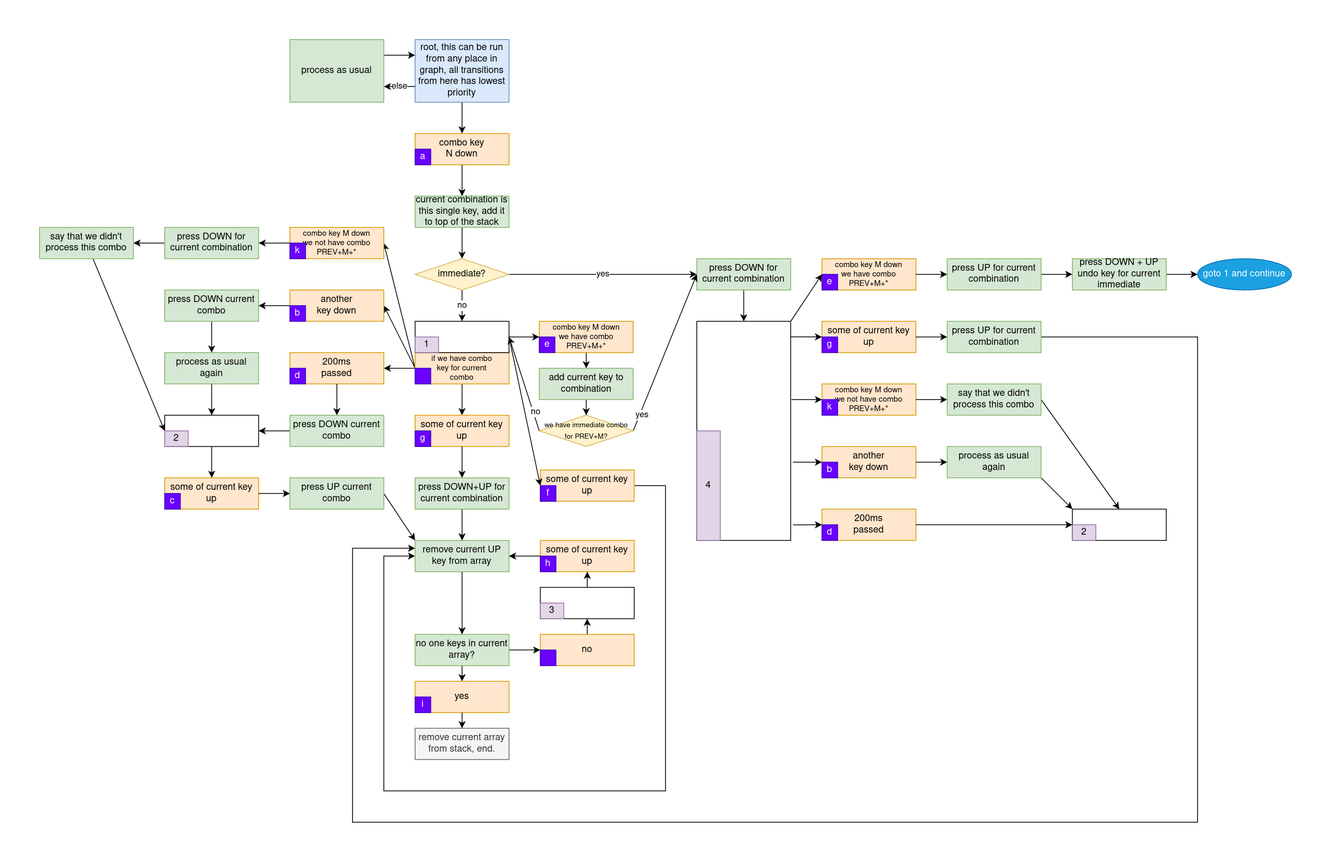
Earlier version of the draw.io export combo/dka.png (optozorax/moonlander). Source tidied: cells renumbered, new cells last; positions are measured from the earlier drawing's top-left corner, leaving out a move shared by most shapes.
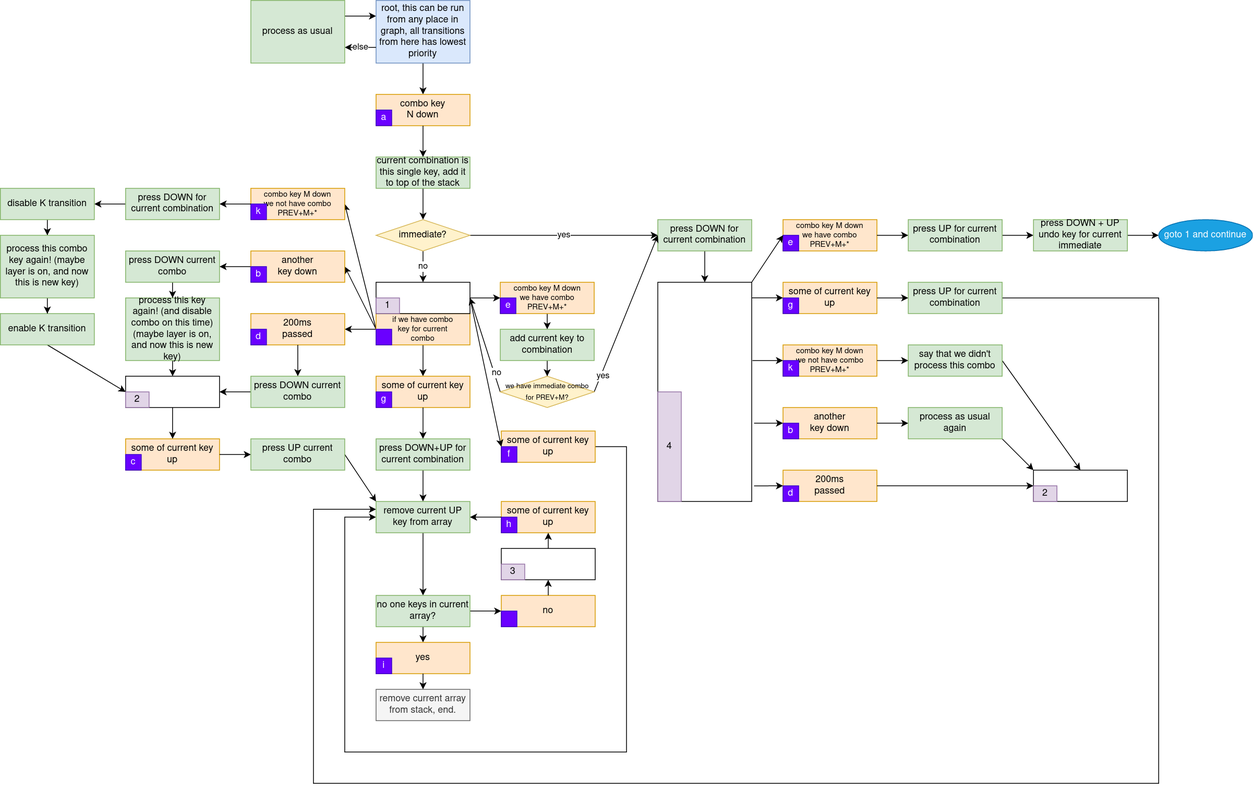
After the commit.

Commit message:
combo improvements

Diff of the diagram source:
```diff
@@ -33,8 +33,8 @@
     <mxCell id="9" style="edgeStyle=none;rounded=0;jettySize=auto;html=1;" parent="1" edge="1" source="10" target="57">
       <mxGeometry relative="1" as="geometry" />
     </mxCell>
-    <mxCell id="10" value="process as usual again" style="rounded=0;whiteSpace=wrap;html=1;fillColor=#d5e8d4;strokeColor=#82b366;" parent="1" vertex="1">
-      <mxGeometry x="160" y="400" width="120" height="40" as="geometry" />
+    <mxCell id="10" value="process this key again! (and disable combo on this time) (maybe layer is on, and now this is new key)" style="rounded=0;whiteSpace=wrap;html=1;fillColor=#d5e8d4;strokeColor=#82b366;" parent="1" vertex="1">
+      <mxGeometry x="160" y="380" width="120" height="80" as="geometry" />
     </mxCell>
     <mxCell id="11" style="edgeStyle=none;rounded=0;jettySize=auto;html=1;exitX=0;exitY=0.5;exitDx=0;exitDy=0;entryX=1;entryY=0.5;entryDx=0;entryDy=0;" parent="1" edge="1" source="15" target="42">
       <mxGeometry relative="1" as="geometry" />
@@ -99,18 +99,15 @@
     <mxCell id="31" value="&lt;div&gt;press DOWN current combo&lt;/div&gt;" style="rounded=0;whiteSpace=wrap;html=1;fillColor=#d5e8d4;strokeColor=#82b366;" parent="1" vertex="1">
       <mxGeometry x="320" y="480" width="120" height="40" as="geometry" />
     </mxCell>
-    <mxCell id="32" style="edgeStyle=none;rounded=0;jettySize=auto;html=1;exitX=0;exitY=0.5;exitDx=0;exitDy=0;" parent="1" edge="1" source="33" target="35">
-      <mxGeometry relative="1" as="geometry" />
-    </mxCell>
+    <mxCell id="146" style="edgeStyle=orthogonalEdgeStyle;rounded=0;jettySize=auto;html=1;" parent="1" edge="1" source="33" target="148">
+      <mxGeometry relative="1" as="geometry" />
+    </mxCell>
     <mxCell id="33" value="press DOWN for current combination" style="rounded=0;whiteSpace=wrap;html=1;fillColor=#d5e8d4;strokeColor=#82b366;" parent="1" vertex="1">
       <mxGeometry x="160" y="240" width="120" height="40" as="geometry" />
     </mxCell>
-    <mxCell id="34" style="edgeStyle=none;rounded=0;jettySize=auto;html=1;entryX=0;entryY=0;entryDx=0;entryDy=0;" parent="1" edge="1" source="35" target="58">
+    <mxCell id="34" style="edgeStyle=none;rounded=0;jettySize=auto;html=1;entryX=0;entryY=0;entryDx=0;entryDy=0;exitX=0.5;exitY=1;exitDx=0;exitDy=0;" parent="1" edge="1" source="149" target="58">
       <mxGeometry relative="1" as="geometry" />
     </mxCell>
-    <mxCell id="35" value="say that we didn't process this combo" style="rounded=0;whiteSpace=wrap;html=1;fillColor=#d5e8d4;strokeColor=#82b366;" parent="1" vertex="1">
-      <mxGeometry y="240" width="120" height="40" as="geometry" />
-    </mxCell>
     <mxCell id="36" style="edgeStyle=none;rounded=0;jettySize=auto;html=1;" parent="1" edge="1" source="45" target="19">
       <mxGeometry relative="1" as="geometry" />
     </mxCell>
@@ -450,5 +447,20 @@
     <mxCell id="145" style="edgeStyle=none;rounded=0;jettySize=auto;html=1;" parent="1" edge="1" source="120" target="144">
       <mxGeometry relative="1" as="geometry" />
     </mxCell>
+    <mxCell id="147" style="edgeStyle=orthogonalEdgeStyle;rounded=0;jettySize=auto;html=1;" parent="1" edge="1" source="148" target="151">
+      <mxGeometry relative="1" as="geometry" />
+    </mxCell>
+    <mxCell id="148" value="&lt;div&gt;disable K transition&lt;/div&gt;" style="rounded=0;whiteSpace=wrap;html=1;fillColor=#d5e8d4;strokeColor=#82b366;" parent="1" vertex="1">
+      <mxGeometry y="240" width="120" height="40" as="geometry" />
+    </mxCell>
+    <mxCell id="149" value="&lt;div&gt;enable K transition&lt;/div&gt;" style="rounded=0;whiteSpace=wrap;html=1;fillColor=#d5e8d4;strokeColor=#82b366;" parent="1" vertex="1">
+      <mxGeometry y="400" width="120" height="40" as="geometry" />
+    </mxCell>
+    <mxCell id="150" style="edgeStyle=orthogonalEdgeStyle;rounded=0;jettySize=auto;html=1;" parent="1" edge="1" source="151" target="149">
+      <mxGeometry relative="1" as="geometry" />
+    </mxCell>
+    <mxCell id="151" value="process this combo key again! (maybe layer is on, and now this is new key)" style="rounded=0;whiteSpace=wrap;html=1;fillColor=#d5e8d4;strokeColor=#82b366;" parent="1" vertex="1">
+      <mxGeometry y="300" width="120" height="80" as="geometry" />
+    </mxCell>
   </root>
 </mxGraphModel>
```
